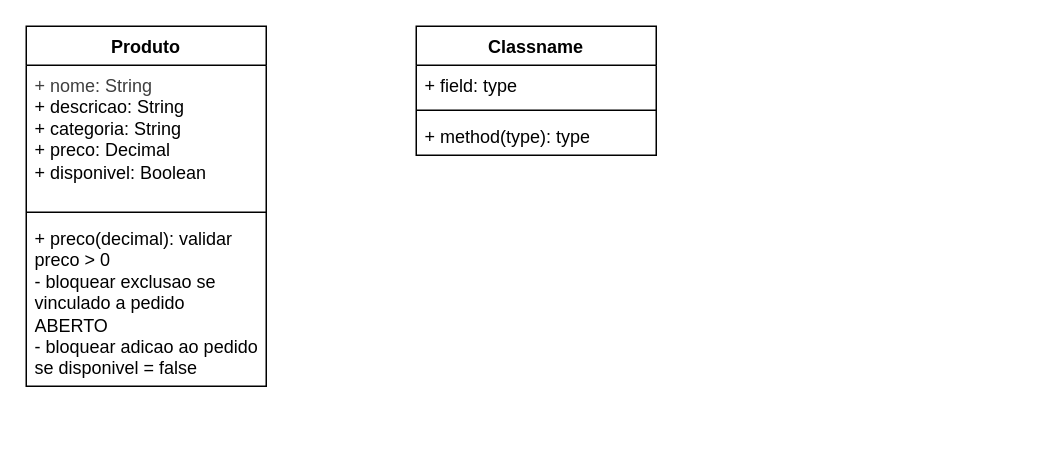
This is lanchonete.drawio from Jenniferkss/atividade-lanchonete, a draw.io file, before an edit. Source tidied: cells renumbered, new cells numbered last; positions are measured from the earlier drawing's top-left corner, leaving out a move shared by most shapes. Both pictures are drawn from the tidied source at 150%, with x=0, y=0 at pixel (26, 26).
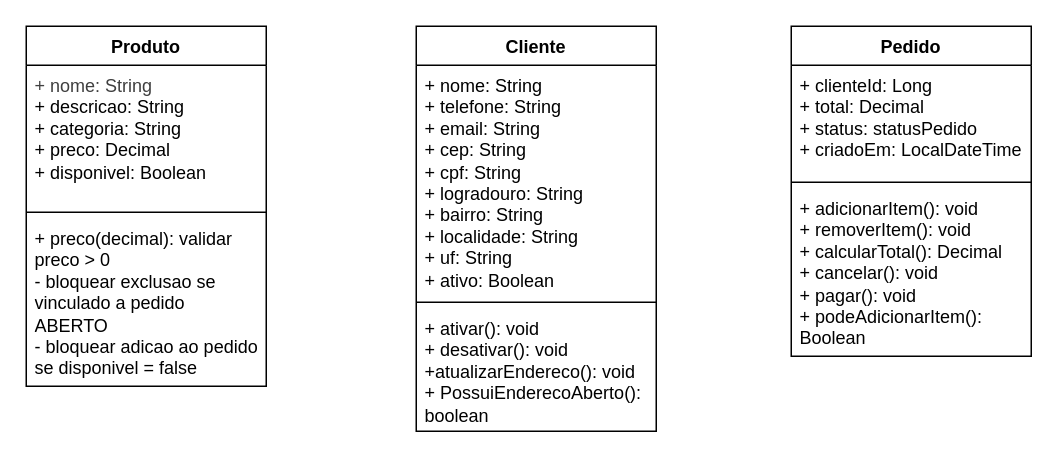
The same page after the edit.

Commit message:
feat: cria a tabela cliente e pedido

Diff of the diagram source:
```diff
@@
 <mxGraphModel>
   <root>
     <mxCell id="0" />
     <mxCell id="1" parent="0" />
     <mxCell id="2" value="Produto" style="swimlane;fontStyle=1;align=center;verticalAlign=top;horizontal=1;startSize=26;whiteSpace=wrap;html=1;" parent="1" vertex="1">
       <mxGeometry width="160" height="240" as="geometry" />
     </mxCell>
     <mxCell id="3" value="&lt;span style=&quot;color: rgb(63, 63, 63); background-color: transparent;&quot;&gt;+ nome: String&lt;/span&gt;&lt;div&gt;+ descricao: String&lt;/div&gt;&lt;div&gt;+ categoria: String&lt;/div&gt;&lt;div&gt;+ preco: Decimal&lt;/div&gt;&lt;div&gt;+ disponivel: Boolean&lt;/div&gt;" style="text;strokeColor=none;fillColor=none;align=left;verticalAlign=top;spacingLeft=4;spacingRight=4;overflow=hidden;whiteSpace=wrap;html=1;" parent="2" vertex="1">
       <mxGeometry y="26" width="160" height="94" as="geometry" />
     </mxCell>
     <mxCell id="4" style="line;strokeWidth=1;fillColor=none;align=left;verticalAlign=middle;spacingTop=-1;spacingLeft=3;spacingRight=3;labelPosition=right;strokeColor=inherit;" parent="2" vertex="1">
       <mxGeometry y="120" width="160" height="8" as="geometry" />
     </mxCell>
     <mxCell id="5" value="+ preco(decimal): validar preco &amp;gt; 0&lt;div&gt;&lt;font color=&quot;#000000&quot;&gt;- bloquear exclusao se vinculado a pedido ABERTO&lt;/font&gt;&lt;/div&gt;&lt;div&gt;&lt;font color=&quot;#000000&quot;&gt;- bloquear adicao ao pedido se disponivel = false&lt;br&gt;&lt;/font&gt;&lt;div&gt;&lt;span style=&quot;color: rgb(63, 63, 63); background-color: transparent;&quot;&gt;&lt;br&gt;&lt;/span&gt;&lt;/div&gt;&lt;/div&gt;" style="text;strokeColor=none;fillColor=none;align=left;verticalAlign=top;spacingLeft=4;spacingRight=4;overflow=hidden;whiteSpace=wrap;html=1;" parent="2" vertex="1">
       <mxGeometry y="128" width="160" height="112" as="geometry" />
     </mxCell>
-    <mxCell id="6" value="Classname" style="swimlane;fontStyle=1;align=center;verticalAlign=top;horizontal=1;startSize=26;whiteSpace=wrap;html=1;" parent="1" vertex="1">
-      <mxGeometry x="260" width="160" height="86" as="geometry" />
+    <mxCell id="6" value="Cliente" style="swimlane;fontStyle=1;align=center;verticalAlign=top;horizontal=1;startSize=26;whiteSpace=wrap;html=1;" parent="1" vertex="1">
+      <mxGeometry x="260" width="160" height="270" as="geometry" />
     </mxCell>
-    <mxCell id="7" value="+ field: type" style="text;strokeColor=none;fillColor=none;align=left;verticalAlign=top;spacingLeft=4;spacingRight=4;overflow=hidden;whiteSpace=wrap;html=1;" parent="6" vertex="1">
-      <mxGeometry y="26" width="160" height="26" as="geometry" />
+    <mxCell id="7" value="+ nome: String&lt;div&gt;+ telefone: String&lt;/div&gt;&lt;div&gt;+ email: String&lt;/div&gt;&lt;div&gt;+ cep: String&lt;/div&gt;&lt;div&gt;+ cpf: String&lt;/div&gt;&lt;div&gt;+ logradouro: String&lt;/div&gt;&lt;div&gt;+ bairro: String&lt;/div&gt;&lt;div&gt;+ localidade: String&lt;/div&gt;&lt;div&gt;+ uf: String&lt;/div&gt;&lt;div&gt;+ ativo: Boolean&lt;/div&gt;" style="text;strokeColor=none;fillColor=none;align=left;verticalAlign=top;spacingLeft=4;spacingRight=4;overflow=hidden;whiteSpace=wrap;html=1;" parent="6" vertex="1">
+      <mxGeometry y="26" width="160" height="154" as="geometry" />
     </mxCell>
     <mxCell id="8" style="line;strokeWidth=1;fillColor=none;align=left;verticalAlign=middle;spacingTop=-1;spacingLeft=3;spacingRight=3;labelPosition=right;strokeColor=inherit;" parent="6" vertex="1">
-      <mxGeometry y="52" width="160" height="8" as="geometry" />
+      <mxGeometry y="180" width="160" height="8" as="geometry" />
     </mxCell>
-    <mxCell id="9" value="+ method(type): type" style="text;strokeColor=none;fillColor=none;align=left;verticalAlign=top;spacingLeft=4;spacingRight=4;overflow=hidden;whiteSpace=wrap;html=1;" parent="6" vertex="1">
-      <mxGeometry y="60" width="160" height="26" as="geometry" />
+    <mxCell id="9" value="+ ativar(): void&lt;div&gt;+ desativar(): void&lt;/div&gt;&lt;div&gt;+atualizarEndereco(): void&lt;/div&gt;&lt;div&gt;+ PossuiEnderecoAberto(): boolean&lt;/div&gt;" style="text;strokeColor=none;fillColor=none;align=left;verticalAlign=top;spacingLeft=4;spacingRight=4;overflow=hidden;whiteSpace=wrap;html=1;" parent="6" vertex="1">
+      <mxGeometry y="188" width="160" height="82" as="geometry" />
     </mxCell>
+    <mxCell id="10" value="Pedido" style="swimlane;fontStyle=1;align=center;verticalAlign=top;horizontal=1;startSize=26;whiteSpace=wrap;html=1;" parent="1" vertex="1">
+      <mxGeometry x="510" width="160" height="220" as="geometry" />
+    </mxCell>
+    <mxCell id="11" value="+ clienteId: Long&lt;div&gt;+ total: Decimal&lt;/div&gt;&lt;div&gt;+ status: statusPedido&lt;/div&gt;&lt;div&gt;+ criadoEm: LocalDateTime&lt;/div&gt;" style="text;strokeColor=none;fillColor=none;align=left;verticalAlign=top;spacingLeft=4;spacingRight=4;overflow=hidden;whiteSpace=wrap;html=1;" parent="10" vertex="1">
+      <mxGeometry y="26" width="160" height="74" as="geometry" />
+    </mxCell>
+    <mxCell id="12" style="line;strokeWidth=1;fillColor=none;align=left;verticalAlign=middle;spacingTop=-1;spacingLeft=3;spacingRight=3;labelPosition=right;strokeColor=inherit;" parent="10" vertex="1">
+      <mxGeometry y="100" width="160" height="8" as="geometry" />
+    </mxCell>
+    <mxCell id="13" value="+ adicionarItem(): void&lt;div&gt;+ removerItem(): void&lt;/div&gt;&lt;div&gt;+ calcularTotal(): Decimal&lt;/div&gt;&lt;div&gt;+ cancelar(): void&lt;/div&gt;&lt;div&gt;+ pagar(): void&lt;/div&gt;&lt;div&gt;+ podeAdicionarItem(): Boolean&lt;/div&gt;" style="text;strokeColor=none;fillColor=none;align=left;verticalAlign=top;spacingLeft=4;spacingRight=4;overflow=hidden;whiteSpace=wrap;html=1;" parent="10" vertex="1">
+      <mxGeometry y="108" width="160" height="112" as="geometry" />
+    </mxCell>
   </root>
 </mxGraphModel>
```
